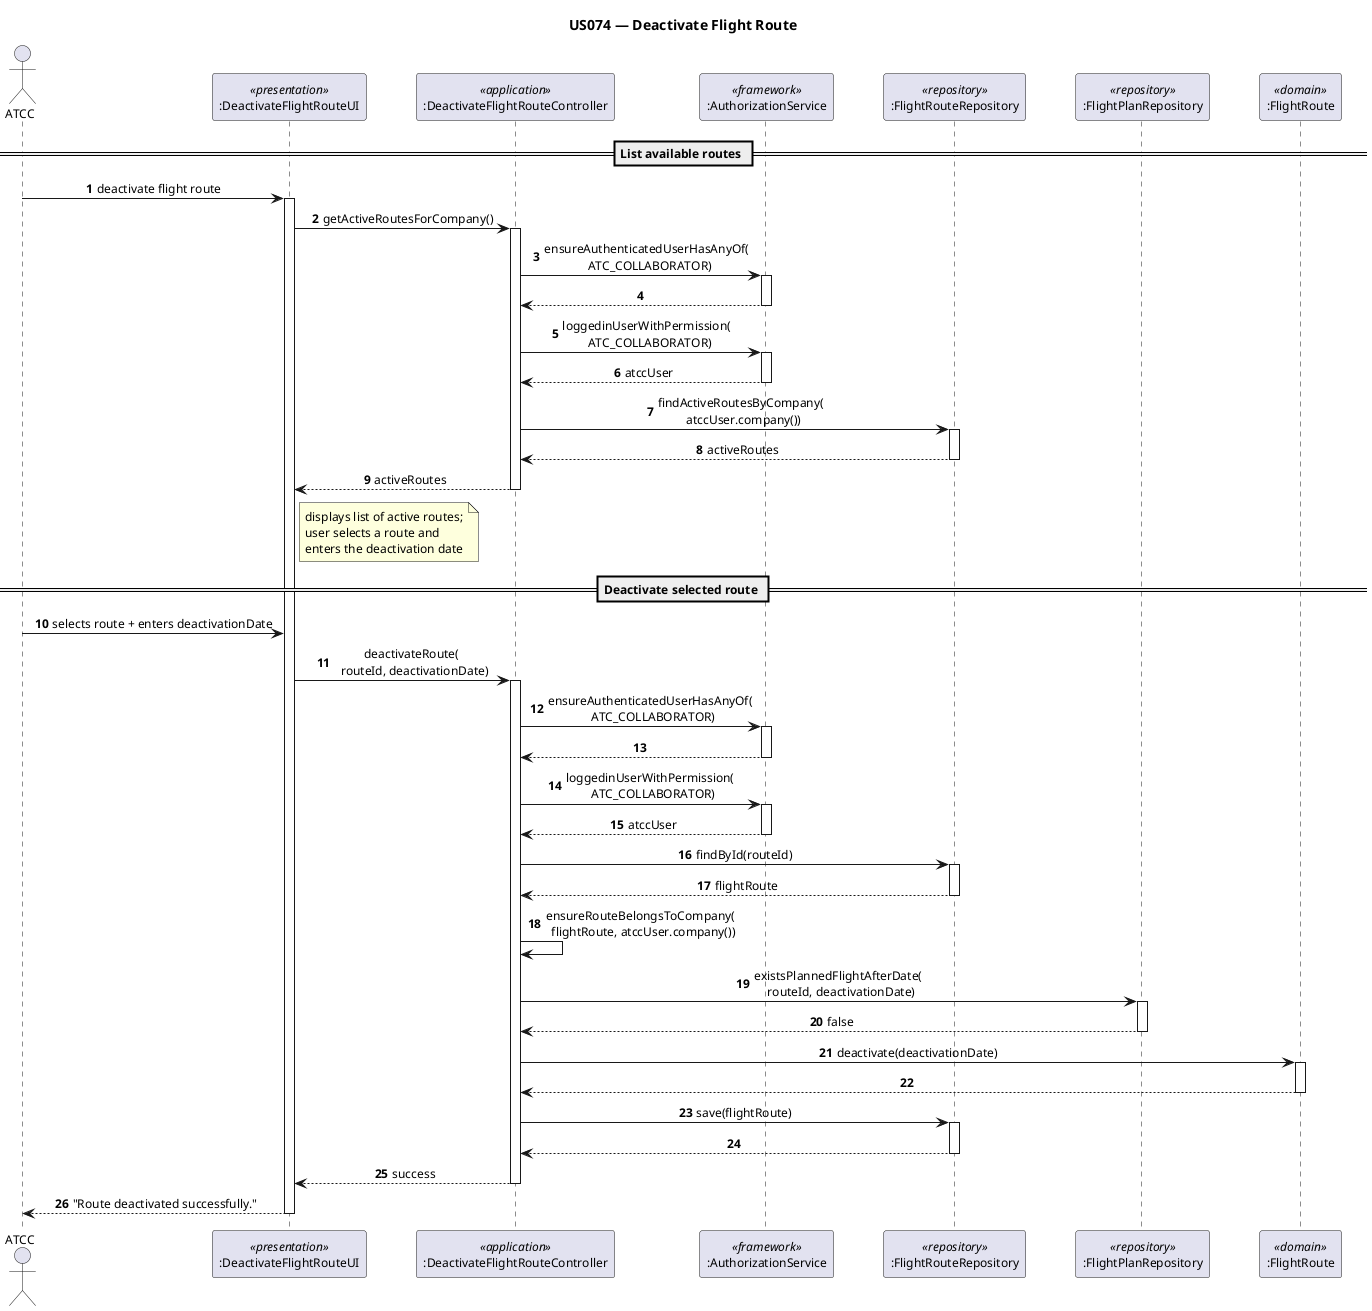
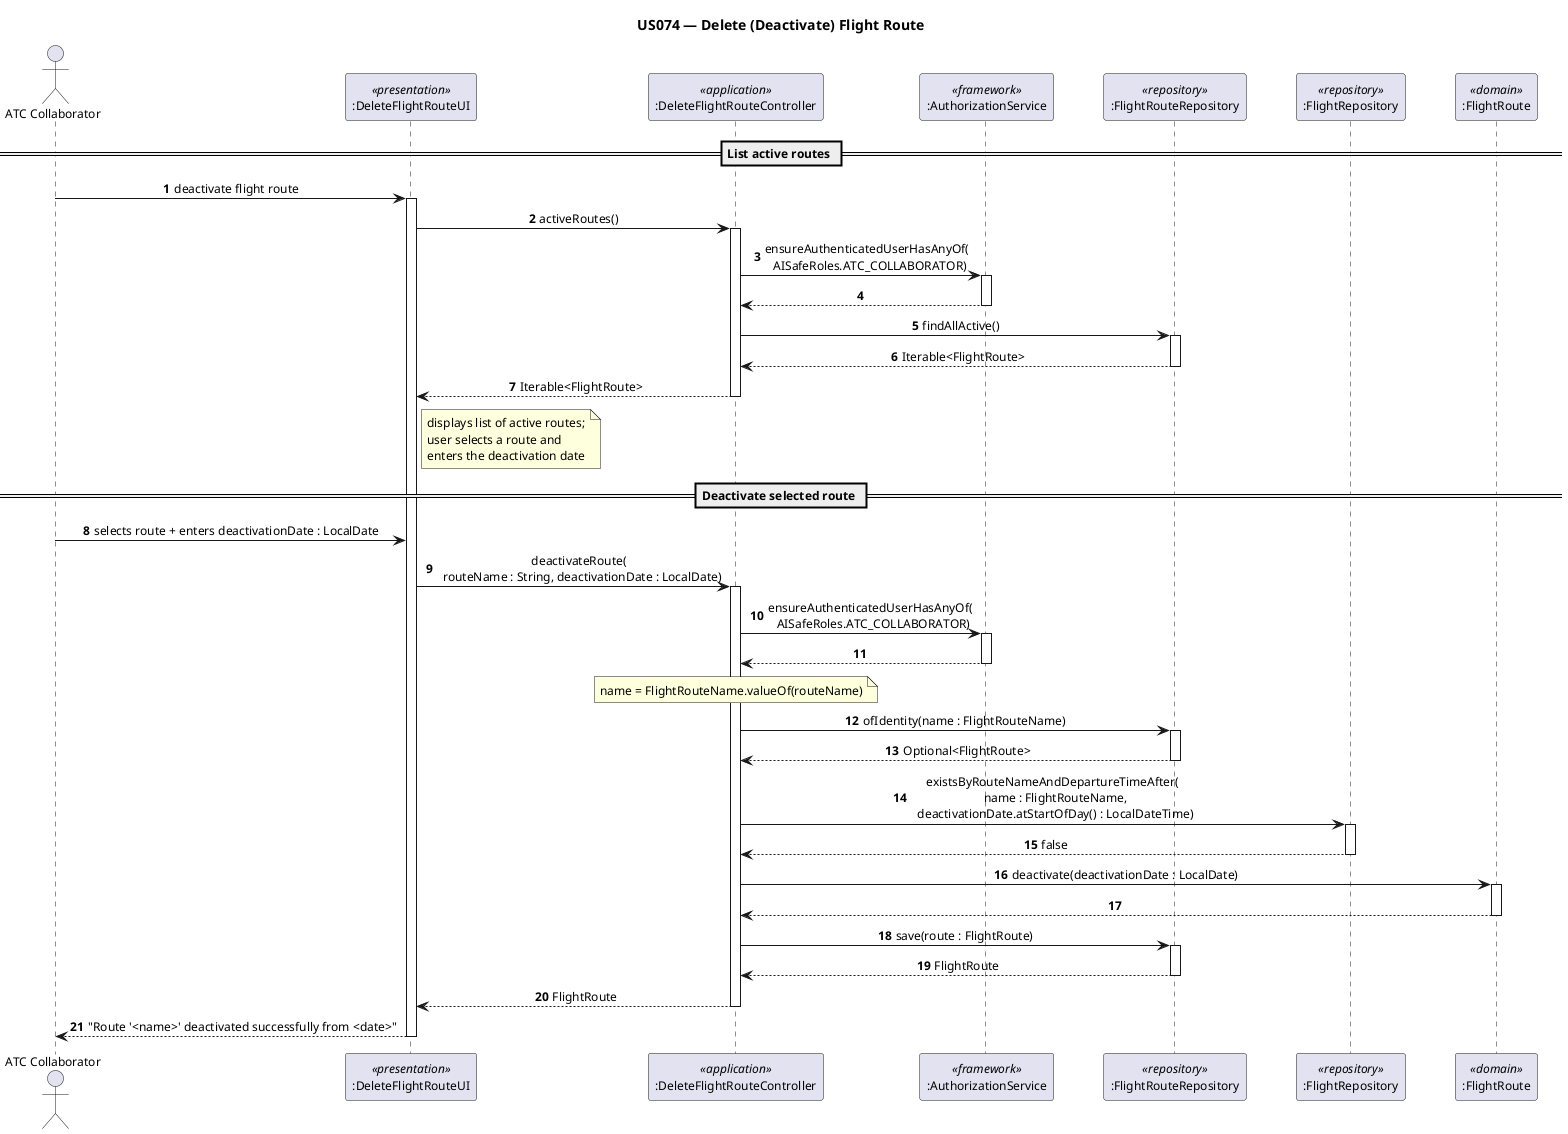
- @startuml sd_us074_deactivate_flight_route
- title US074 — Deactivate Flight Route
+ @startuml sd_us074_delete_flight_route
+ title US074 — Delete (Deactivate) Flight Route

skinparam sequenceMessageAlign center
skinparam defaultFontName Arial
skinparam defaultFontSize 12
skinparam ParticipantPadding 20

autonumber

- actor "ATCC" as actor
- participant ":DeactivateFlightRouteUI" as ui <<presentation>>
- participant ":DeactivateFlightRouteController" as ctrl <<application>>
- participant ":AuthorizationService" as authz <<framework>>
- participant ":FlightRouteRepository" as routeRepo <<repository>>
- participant ":FlightPlanRepository" as planRepo <<repository>>
- participant ":FlightRoute" as route <<domain>>
+ actor "ATC Collaborator" as actor
+ participant ":DeleteFlightRouteUI"         as ui        <<presentation>>
+ participant ":DeleteFlightRouteController" as ctrl      <<application>>
+ participant ":AuthorizationService"        as authz     <<framework>>
+ participant ":FlightRouteRepository"       as routeRepo <<repository>>
+ participant ":FlightRepository"            as flightRepo <<repository>>
+ participant ":FlightRoute"                 as route     <<domain>>

- == List available routes ==
+ == List active routes ==

actor -> ui : deactivate flight route
activate ui

- ui -> ctrl : getActiveRoutesForCompany()
+ ui -> ctrl : activeRoutes()
activate ctrl

- ctrl -> authz : ensureAuthenticatedUserHasAnyOf(\n  ATC_COLLABORATOR)
+ ctrl -> authz : ensureAuthenticatedUserHasAnyOf(\n  AISafeRoles.ATC_COLLABORATOR)
activate authz
authz --> ctrl
deactivate authz

- ctrl -> authz : loggedinUserWithPermission(\n  ATC_COLLABORATOR)
- activate authz
- authz --> ctrl : atccUser
- deactivate authz
- 
- ctrl -> routeRepo : findActiveRoutesByCompany(\n  atccUser.company())
+ ctrl -> routeRepo : findAllActive()
activate routeRepo
- routeRepo --> ctrl : activeRoutes
+ routeRepo --> ctrl : Iterable<FlightRoute>
deactivate routeRepo

- ctrl --> ui : activeRoutes
+ ctrl --> ui : Iterable<FlightRoute>
deactivate ctrl

- note right of ui : displays list of active routes;\nuser selects a route and\nenters the deactivation date
+ note right of ui
+   displays list of active routes;
+   user selects a route and
+   enters the deactivation date
+ end note

== Deactivate selected route ==

- actor -> ui : selects route + enters deactivationDate
+ actor -> ui : selects route + enters deactivationDate : LocalDate

- ui -> ctrl : deactivateRoute(\n  routeId, deactivationDate)
+ ui -> ctrl : deactivateRoute(\n  routeName : String, deactivationDate : LocalDate)
activate ctrl

- ctrl -> authz : ensureAuthenticatedUserHasAnyOf(\n  ATC_COLLABORATOR)
+ ctrl -> authz : ensureAuthenticatedUserHasAnyOf(\n  AISafeRoles.ATC_COLLABORATOR)
activate authz
authz --> ctrl
deactivate authz

- ctrl -> authz : loggedinUserWithPermission(\n  ATC_COLLABORATOR)
- activate authz
- authz --> ctrl : atccUser
- deactivate authz
+ note over ctrl
+   name = FlightRouteName.valueOf(routeName)
+ end note

- ctrl -> routeRepo : findById(routeId)
+ ctrl -> routeRepo : ofIdentity(name : FlightRouteName)
activate routeRepo
- routeRepo --> ctrl : flightRoute
+ routeRepo --> ctrl : Optional<FlightRoute>
deactivate routeRepo

- ctrl -> ctrl : ensureRouteBelongsToCompany(\n  flightRoute, atccUser.company())
+ ctrl -> flightRepo : existsByRouteNameAndDepartureTimeAfter(\n  name : FlightRouteName,\n  deactivationDate.atStartOfDay() : LocalDateTime)
+ activate flightRepo
+ flightRepo --> ctrl : false
+ deactivate flightRepo

- ctrl -> planRepo : existsPlannedFlightAfterDate(\n  routeId, deactivationDate)
- activate planRepo
- planRepo --> ctrl : false
- deactivate planRepo
- 
- ctrl -> route : deactivate(deactivationDate)
+ ctrl -> route : deactivate(deactivationDate : LocalDate)
activate route
route --> ctrl
deactivate route

- ctrl -> routeRepo : save(flightRoute)
+ ctrl -> routeRepo : save(route : FlightRoute)
activate routeRepo
- routeRepo --> ctrl
+ routeRepo --> ctrl : FlightRoute
deactivate routeRepo

- ctrl --> ui : success
+ ctrl --> ui : FlightRoute
deactivate ctrl

- ui --> actor : "Route deactivated successfully."
+ ui --> actor : "Route '<name>' deactivated successfully from <date>"
deactivate ui

@enduml
